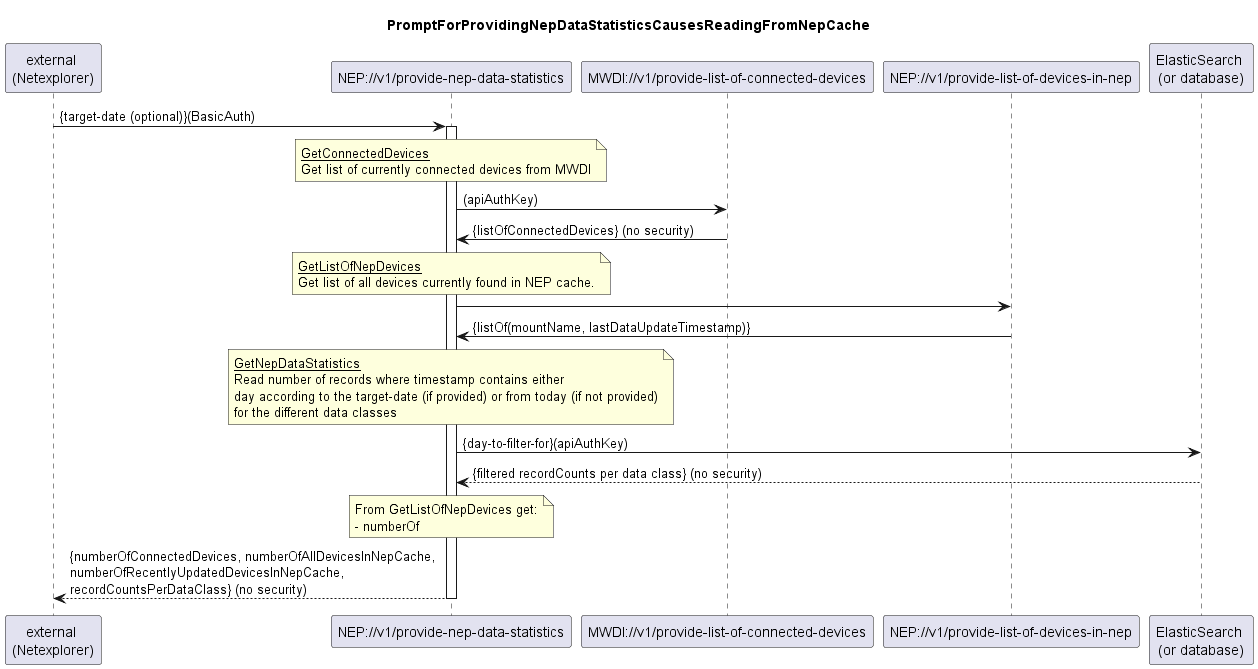
Earlier version of the PlantUML export spec/diagrams/050_ProvideNepDataStatistics.png (openBackhaul/NetExplorerProxy).
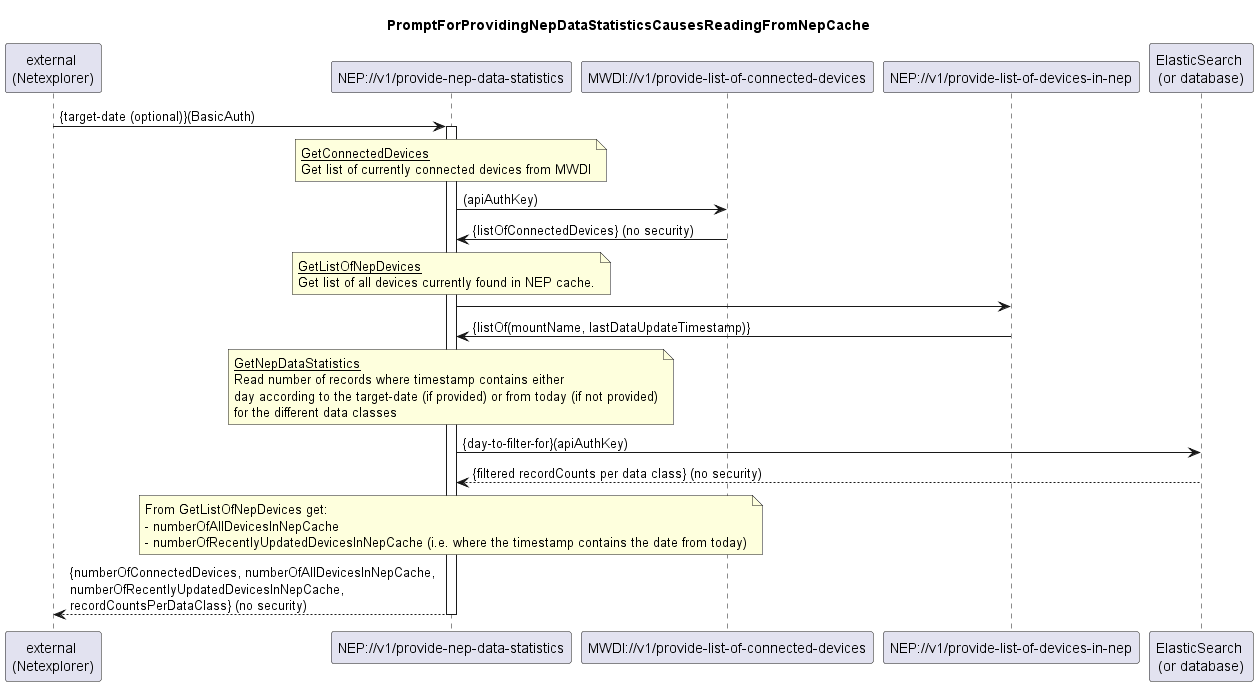
Later version of the same file.

Diff of the diagram source:
```diff
@@ -38,7 +38,8 @@
 
 note over nep
   From GetListOfNepDevices get:
-  - numberOf
+  - numberOfAllDevicesInNepCache
+  - numberOfRecentlyUpdatedDevicesInNepCache (i.e. where the timestamp contains the date from today)
 end note
 nep --> external: {numberOfConnectedDevices, numberOfAllDevicesInNepCache, \nnumberOfRecentlyUpdatedDevicesInNepCache, \nrecordCountsPerDataClass} (no security)
 
```
